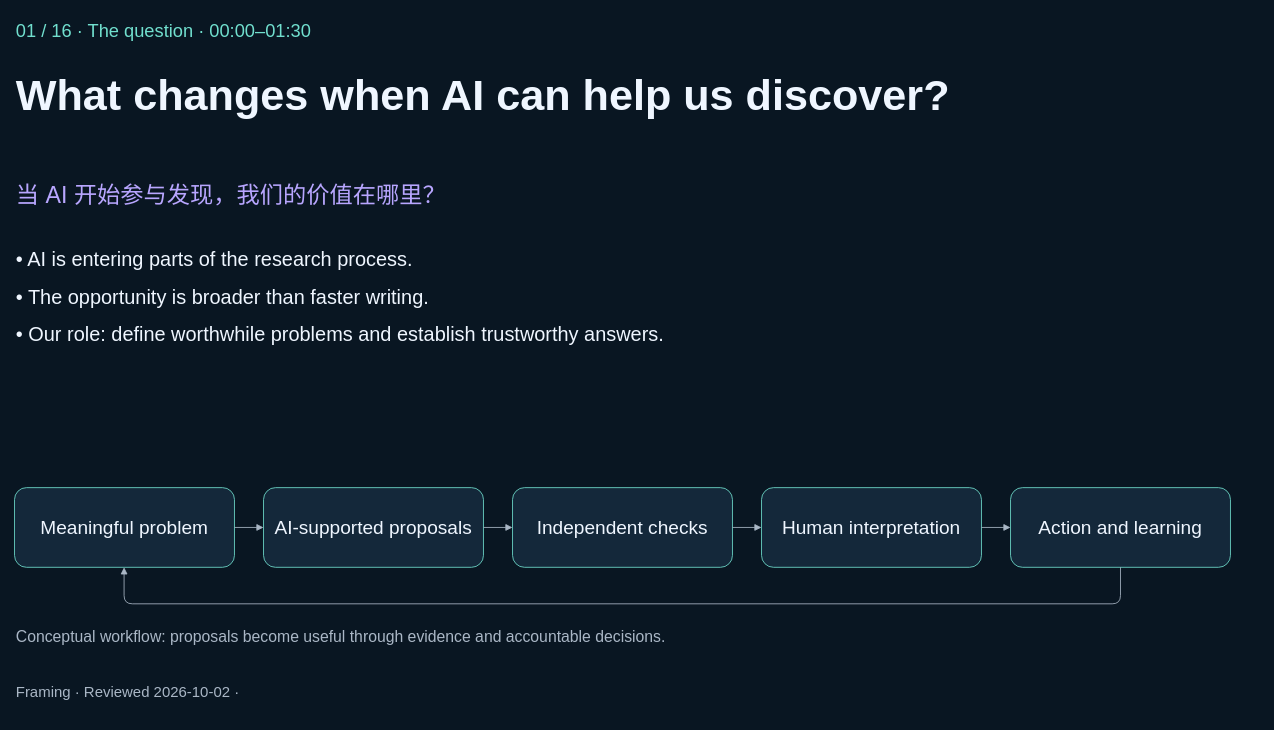
This is page "01 opening" (1 of 16) of public/downloads/diagrams/presentation.drawio from pellera9/dutoaa-ai-frontier-talk, a draw.io file, before an edit. Source tidied: cells renumbered, new cells numbered last; positions are measured from the earlier drawing's top-left corner, leaving out a move shared by most shapes. Both pictures are drawn from the tidied source at 83%, with x=0, y=0 at pixel (14, 14).
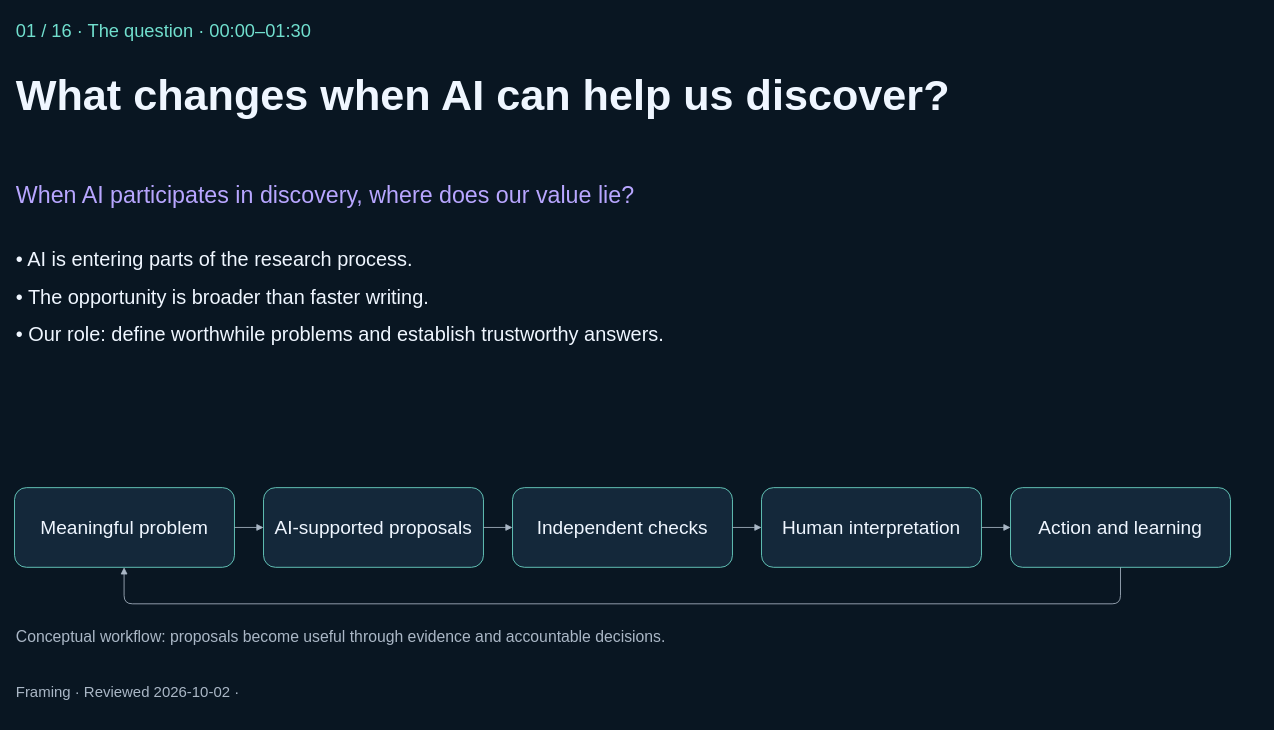
Above is the later version.

Diff of the diagram source:
```diff
@@
 <mxGraphModel background="#091622">
   <root>
     <mxCell id="0" />
     <mxCell id="1" parent="0" />
     <mxCell id="2" value="01 / 16 · The question · 00:00–01:30" style="text;html=1;align=left;fontSize=22;fontColor=#71dfce;" parent="1" vertex="1">
       <mxGeometry width="1500" height="40" as="geometry" />
     </mxCell>
     <mxCell id="3" value="What changes when AI can help us discover?" style="text;html=1;whiteSpace=wrap;align=left;verticalAlign=top;fontSize=52;fontStyle=1;fontColor=#eff6ff;" parent="1" vertex="1">
       <mxGeometry y="60" width="1500" height="130" as="geometry" />
     </mxCell>
-    <mxCell id="4" value="当 AI 开始参与发现，我们的价值在哪里？" style="text;html=1;whiteSpace=wrap;align=left;fontSize=28;fontColor=#b8a6ff;" parent="1" vertex="1">
-      <mxGeometry y="195" width="1500" height="60" as="geometry" />
-    </mxCell>
+    <mxCell id="18" value="When AI participates in discovery, where does our value lie?" style="text;html=1;whiteSpace=wrap;align=left;fontSize=28;fontColor=#b8a6ff;" parent="1" vertex="1">
+      <mxGeometry y="195" width="1500" height="60" as="geometry" />
+    </mxCell>
     <mxCell id="5" value="&lt;div style=&quot;margin-bottom:16px&quot;&gt;• AI is entering parts of the research process.&lt;/div&gt;&lt;div style=&quot;margin-bottom:16px&quot;&gt;• The opportunity is broader than faster writing.&lt;/div&gt;&lt;div style=&quot;margin-bottom:16px&quot;&gt;• Our role: define worthwhile problems and establish trustworthy answers.&lt;/div&gt;" style="text;html=1;whiteSpace=wrap;overflow=hidden;align=left;verticalAlign=top;fontColor=#eff6ff;fontSize=24;" parent="1" vertex="1">
       <mxGeometry y="275" width="1450" height="260" as="geometry" />
     </mxCell>
     <mxCell id="6" value="Meaningful problem" style="rounded=1;whiteSpace=wrap;html=1;fillColor=#14283a;strokeColor=#71dfce;fontColor=#eff6ff;fontSize=23;align=center;verticalAlign=middle;spacing=12;" parent="1" vertex="1">
       <mxGeometry y="570" width="265" height="96" as="geometry" />
     </mxCell>
     <mxCell id="7" value="AI-supported proposals" style="rounded=1;whiteSpace=wrap;html=1;fillColor=#14283a;strokeColor=#71dfce;fontColor=#eff6ff;fontSize=23;align=center;verticalAlign=middle;spacing=12;" parent="1" vertex="1">
       <mxGeometry x="300" y="570" width="265" height="96" as="geometry" />
     </mxCell>
     <mxCell id="8" value="Independent checks" style="rounded=1;whiteSpace=wrap;html=1;fillColor=#14283a;strokeColor=#71dfce;fontColor=#eff6ff;fontSize=23;align=center;verticalAlign=middle;spacing=12;" parent="1" vertex="1">
       <mxGeometry x="600" y="570" width="265" height="96" as="geometry" />
     </mxCell>
     <mxCell id="9" value="Human interpretation" style="rounded=1;whiteSpace=wrap;html=1;fillColor=#14283a;strokeColor=#71dfce;fontColor=#eff6ff;fontSize=23;align=center;verticalAlign=middle;spacing=12;" parent="1" vertex="1">
       <mxGeometry x="900" y="570" width="265" height="96" as="geometry" />
     </mxCell>
     <mxCell id="10" value="Action and learning" style="rounded=1;whiteSpace=wrap;html=1;fillColor=#14283a;strokeColor=#71dfce;fontColor=#eff6ff;fontSize=23;align=center;verticalAlign=middle;spacing=12;" parent="1" vertex="1">
       <mxGeometry x="1200" y="570" width="265" height="96" as="geometry" />
     </mxCell>
     <mxCell id="11" style="edgeStyle=orthogonalEdgeStyle;rounded=1;html=1;strokeColor=#aab7c6;endArrow=block;" parent="1" edge="1" source="6" target="7">
       <mxGeometry relative="1" as="geometry" />
     </mxCell>
     <mxCell id="12" style="edgeStyle=orthogonalEdgeStyle;rounded=1;html=1;strokeColor=#aab7c6;endArrow=block;" parent="1" edge="1" source="7" target="8">
       <mxGeometry relative="1" as="geometry" />
     </mxCell>
     <mxCell id="13" style="edgeStyle=orthogonalEdgeStyle;rounded=1;html=1;strokeColor=#aab7c6;endArrow=block;" parent="1" edge="1" source="8" target="9">
       <mxGeometry relative="1" as="geometry" />
     </mxCell>
     <mxCell id="14" style="edgeStyle=orthogonalEdgeStyle;rounded=1;html=1;strokeColor=#aab7c6;endArrow=block;" parent="1" edge="1" source="9" target="10">
       <mxGeometry relative="1" as="geometry" />
     </mxCell>
     <mxCell id="15" style="edgeStyle=orthogonalEdgeStyle;rounded=1;html=1;strokeColor=#aab7c6;endArrow=block;" parent="1" edge="1" source="10" target="6">
       <mxGeometry relative="1" as="geometry">
         <Array as="points">
           <mxPoint x="1332" y="710" />
           <mxPoint x="132" y="710" />
         </Array>
       </mxGeometry>
     </mxCell>
     <mxCell id="16" value="Conceptual workflow: proposals become useful through evidence and accountable decisions." style="text;html=1;whiteSpace=wrap;align=left;fontSize=19;fontColor=#aab7c6;" parent="1" vertex="1">
       <mxGeometry y="732" width="1500" height="48" as="geometry" />
     </mxCell>
     <mxCell id="17" value="Framing · Reviewed 2026-10-02 · " style="text;html=1;whiteSpace=wrap;align=left;fontSize=18;fontColor=#aab7c6;" parent="1" vertex="1">
       <mxGeometry y="800" width="1500" height="45" as="geometry" />
     </mxCell>
   </root>
 </mxGraphModel>
```
